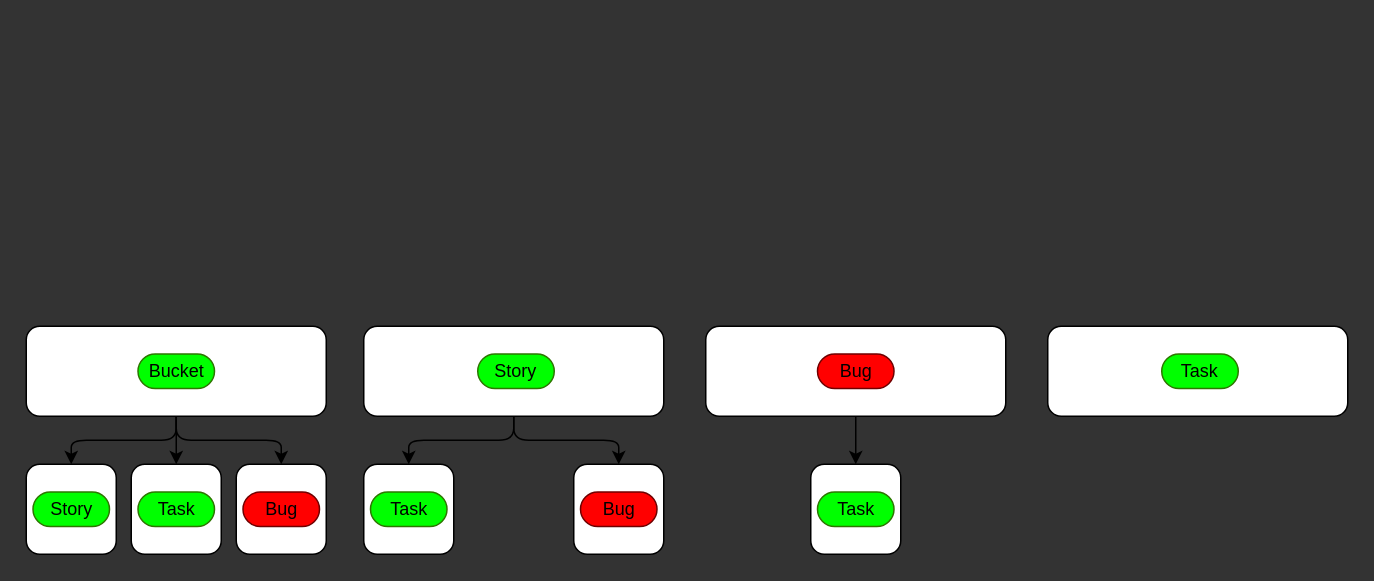
This is raven_front/docs/issue_hierarchy.drawio from moontreeapp/moontree, a draw.io file, before an edit. Source tidied: cells renumbered, new cells numbered last; positions are measured from the earlier drawing's top-left corner, leaving out a move shared by most shapes. Both pictures are drawn from the tidied source at 150%, with x=0, y=0 at pixel (26, 326).
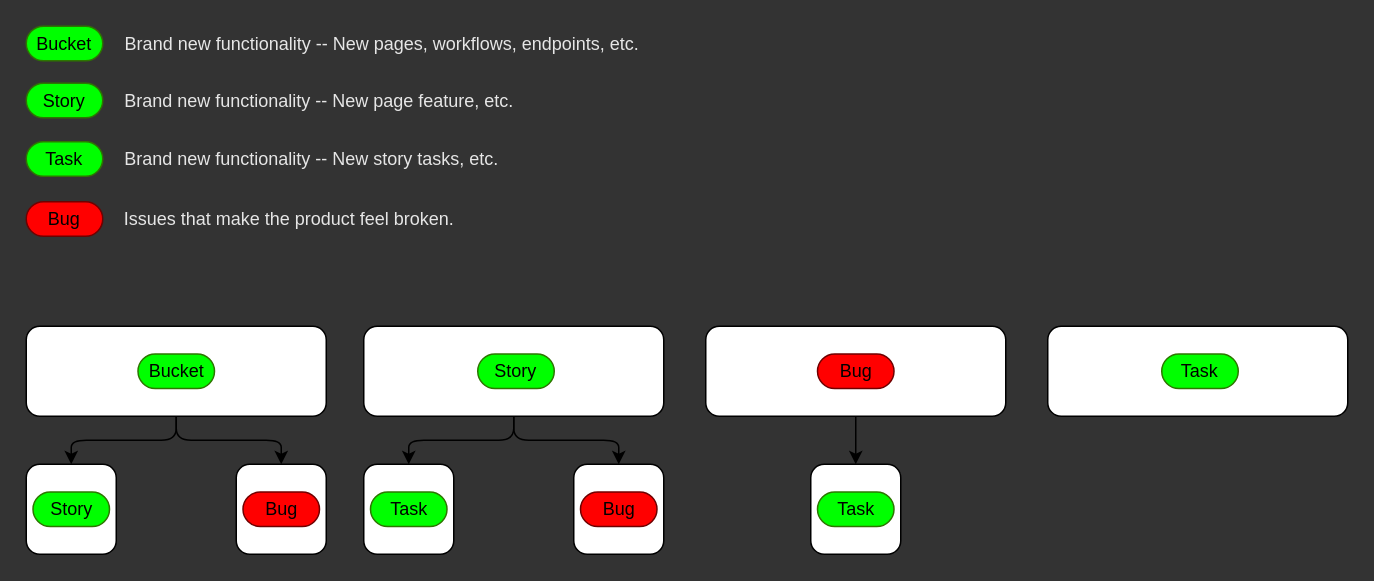
The same diagram, later.

Commit message:
updated issue hierarchy drawing

Unchanged cells that the change refers to:
```xml
<mxCell id="5" style="rounded=1;whiteSpace=wrap;html=1;" parent="1" vertex="1">
  <mxGeometry width="200" height="60" as="geometry" />
</mxCell>
```

The edit, as a diff of the source:
```diff
@@
-    <mxCell id="2" style="edgeStyle=none;html=1;" parent="1" edge="1" source="5" target="7">
-      <mxGeometry relative="1" as="geometry" />
-    </mxCell>
@@
-    <mxCell id="7" style="rounded=1;whiteSpace=wrap;html=1;" parent="1" vertex="1">
-      <mxGeometry x="70" y="92" width="60" height="60" as="geometry" />
-    </mxCell>
@@
-    <mxCell id="20" value="&lt;font color=&quot;#000000&quot;&gt;Task&lt;/font&gt;" style="rounded=1;whiteSpace=wrap;html=1;arcSize=50;strokeColor=#2D7600;fontColor=#ffffff;fillColor=#00FF00;" parent="1" vertex="1">
-      <mxGeometry x="74.5" y="110.5" width="51" height="23" as="geometry" />
-    </mxCell>
@@
+    <mxCell id="28" value="&lt;font color=&quot;#000000&quot;&gt;Bucket&lt;/font&gt;" style="rounded=1;whiteSpace=wrap;html=1;arcSize=50;strokeColor=#2D7600;fontColor=#ffffff;fillColor=#00FF00;" parent="1" vertex="1">
+      <mxGeometry y="-200" width="51" height="23" as="geometry" />
+    </mxCell>
+    <mxCell id="29" value="&lt;font color=&quot;#000000&quot;&gt;Story&lt;/font&gt;" style="rounded=1;whiteSpace=wrap;html=1;arcSize=50;strokeColor=#2D7600;fontColor=#ffffff;fillColor=#00FF00;" parent="1" vertex="1">
+      <mxGeometry y="-162" width="51" height="23" as="geometry" />
+    </mxCell>
+    <mxCell id="20" value="&lt;font color=&quot;#000000&quot;&gt;Task&lt;/font&gt;" style="rounded=1;whiteSpace=wrap;html=1;arcSize=50;strokeColor=#2D7600;fontColor=#ffffff;fillColor=#00FF00;" parent="1" vertex="1">
+      <mxGeometry y="-123" width="51" height="23" as="geometry" />
+    </mxCell>
+    <mxCell id="30" value="&lt;font color=&quot;#000000&quot;&gt;Bug&lt;/font&gt;" style="rounded=1;whiteSpace=wrap;html=1;arcSize=50;strokeColor=#6F0000;fontColor=#ffffff;fillColor=#FF0000;" parent="1" vertex="1">
+      <mxGeometry y="-83" width="51" height="23" as="geometry" />
+    </mxCell>
+    <mxCell id="31" value="&lt;font color=&quot;#e6e6e6&quot;&gt;Brand new functionality -- New pages, workflows, endpoints, etc.&lt;/font&gt;" style="text;html=1;align=center;verticalAlign=middle;strokeColor=none;" parent="1" vertex="1">
+      <mxGeometry x="60" y="-197.5" width="353" height="18" as="geometry" />
+    </mxCell>
+    <mxCell id="32" value="&lt;font color=&quot;#e6e6e6&quot;&gt;Brand new functionality -- New page feature, etc.&lt;/font&gt;" style="text;html=1;align=center;verticalAlign=middle;strokeColor=none;" parent="1" vertex="1">
+      <mxGeometry x="60" y="-159.5" width="269" height="18" as="geometry" />
+    </mxCell>
+    <mxCell id="33" value="&lt;font color=&quot;#e6e6e6&quot;&gt;Brand new functionality -- New story tasks, etc.&lt;/font&gt;" style="text;html=1;align=center;verticalAlign=middle;strokeColor=none;" parent="1" vertex="1">
+      <mxGeometry x="60" y="-120.5" width="259" height="18" as="geometry" />
+    </mxCell>
+    <mxCell id="34" value="&lt;font color=&quot;#e6e6e6&quot;&gt;Issues that make the product feel broken.&lt;/font&gt;" style="text;html=1;align=center;verticalAlign=middle;strokeColor=none;" parent="1" vertex="1">
+      <mxGeometry x="60" y="-80.5" width="230" height="18" as="geometry" />
+    </mxCell>
```
